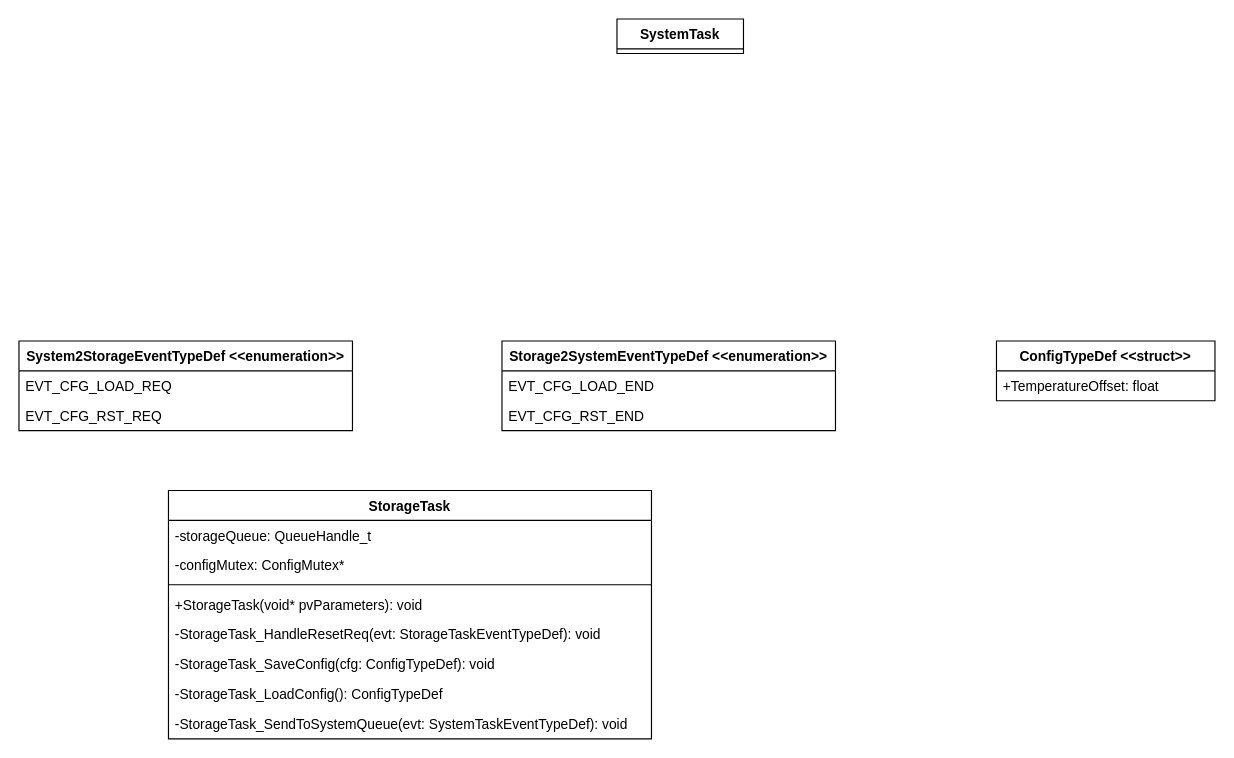
Before: page "storage" (6 of 6) of software/diagrams/mt-rt-sw-design.drawio in MiraTherm/miratherm-radiator-thermostat-documentation, a draw.io diagram. Source tidied: cells renumbered, new cells numbered last; positions are measured from the earlier drawing's top-left corner, leaving out a move shared by most shapes. Both pictures are drawn from the tidied source at 115%, with x=0, y=0 at pixel (18, 18).
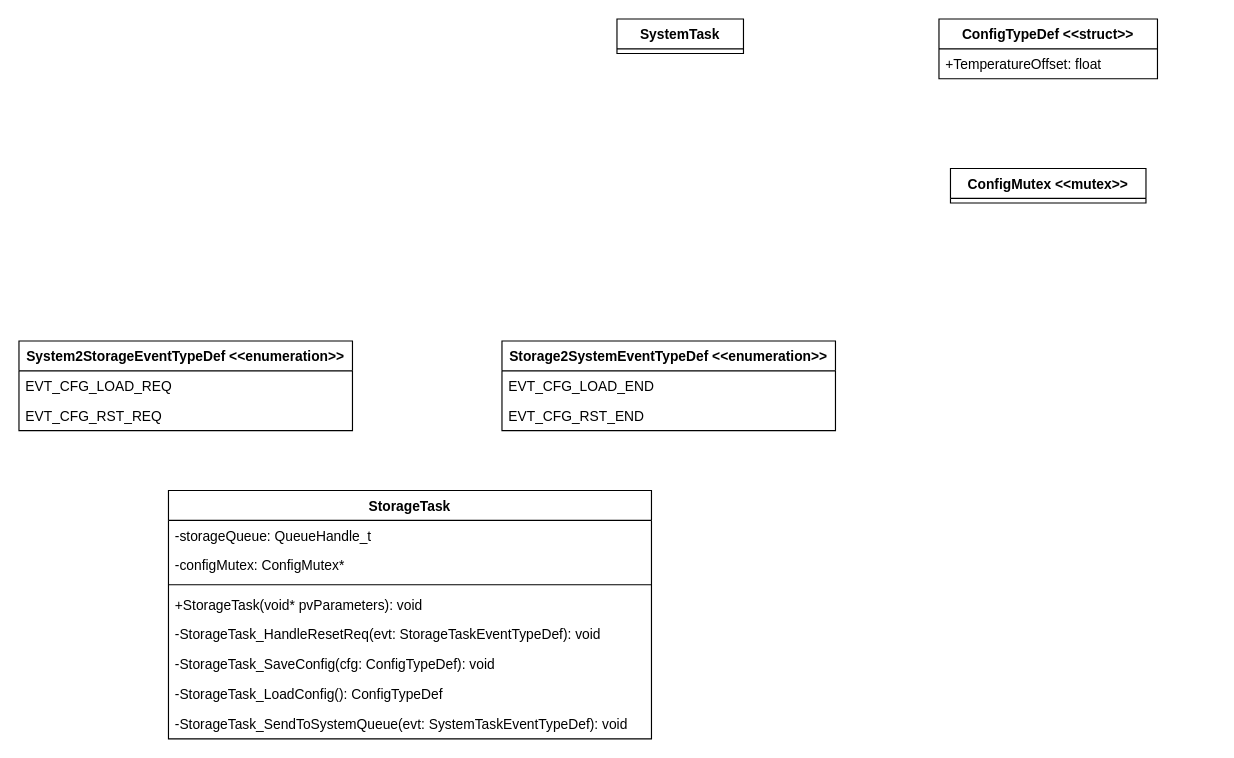
After the change.

Change to the diagram source:
```diff
@@
     <mxCell id="2" value="ConfigTypeDef &lt;&lt;struct&gt;&gt;" style="swimlane;fontStyle=1;horizontal=1;startSize=26;" parent="1" vertex="1">
-      <mxGeometry x="850" y="280" width="190" height="52" as="geometry" />
+      <mxGeometry x="800" width="190" height="52" as="geometry" />
     </mxCell>
@@
+    <mxCell id="20" value="ConfigMutex &lt;&lt;mutex&gt;&gt;" style="swimlane;fontStyle=1;horizontal=1;startSize=26;" parent="1" vertex="1" collapsed="1">
+      <mxGeometry x="810" y="130" width="170" height="30" as="geometry" />
+    </mxCell>
```
